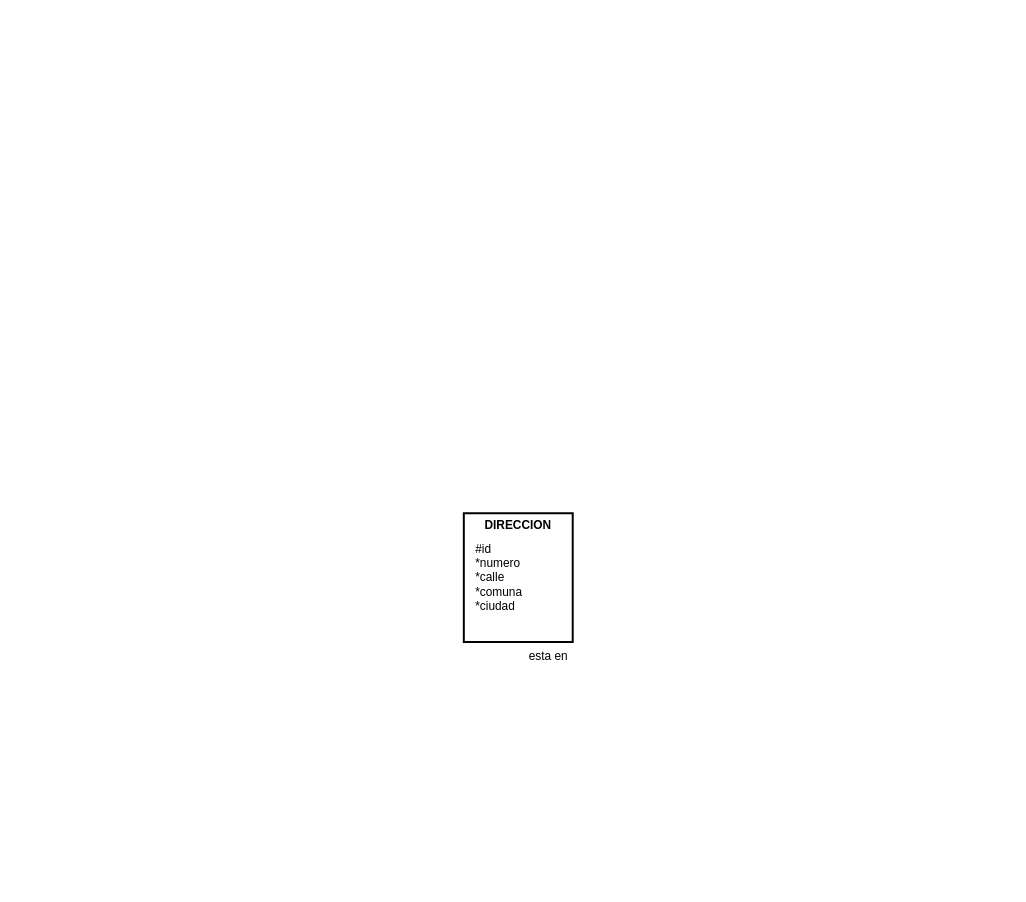
Earlier version of the draw.io diagram examen_practico.drawio (AlexisEV/diagramas-er). Source tidied: cells renumbered, new cells numbered last; positions are measured from the earlier drawing's top-left corner, leaving out a move shared by most shapes. Both pictures are drawn from the tidied source at 99%, with x=0, y=0 at pixel (463, 513).
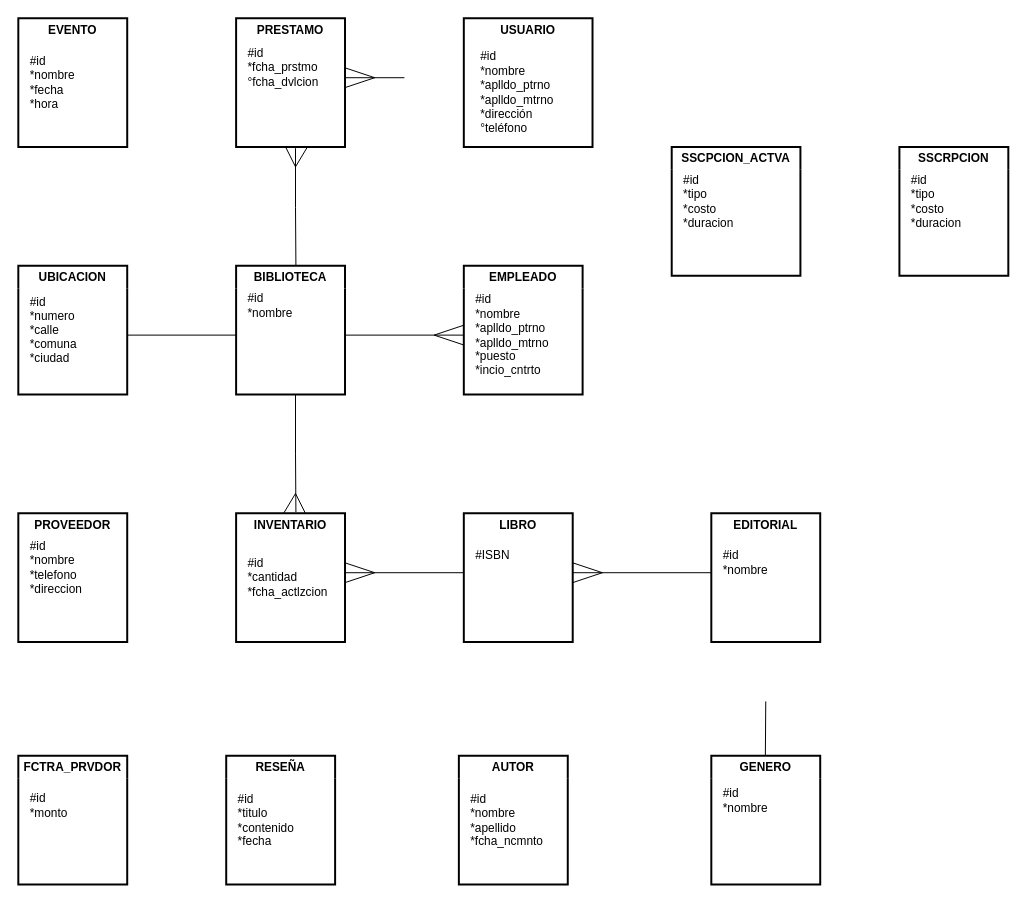
After the change.

What changed in the source:
```diff
@@
-    <mxCell id="2" value="DIRECCION" style="swimlane;whiteSpace=wrap;html=1;perimeterSpacing=7;strokeWidth=2;swimlaneLine=0;glass=0;fillColor=none;strokeColor=#000000;" parent="1" vertex="1">
+    <mxCell id="2" value="LIBRO" style="swimlane;whiteSpace=wrap;html=1;perimeterSpacing=7;strokeWidth=2;swimlaneLine=0;glass=0;fillColor=none;strokeColor=#000000;" parent="1" vertex="1">
       <mxGeometry width="110" height="130" as="geometry" />
     </mxCell>
-    <mxCell id="3" value="#id&lt;br&gt;*numero&lt;br&gt;*calle&lt;br&gt;*comuna&lt;br&gt;*ciudad" style="text;html=1;align=left;verticalAlign=middle;strokeColor=none;fillColor=none;" parent="2" vertex="1">
-      <mxGeometry x="10" y="20" width="70" height="90" as="geometry" />
+    <mxCell id="3" value="#ISBN&lt;br&gt;&lt;br&gt;" style="text;html=1;align=left;verticalAlign=middle;strokeColor=none;fillColor=none;" parent="2" vertex="1">
+      <mxGeometry x="10" y="30" width="60" height="40" as="geometry" />
     </mxCell>
-    <mxCell id="4" value="esta en" style="text;html=1;align=left;verticalAlign=middle;strokeColor=none;fillColor=none;" parent="1" vertex="1">
-      <mxGeometry x="64" y="130" width="60" height="30" as="geometry" />
-    </mxCell>
+    <mxCell id="5" value="AUTOR" style="swimlane;whiteSpace=wrap;html=1;perimeterSpacing=7;strokeWidth=2;swimlaneLine=0;glass=0;fillColor=none;strokeColor=#000000;" parent="1" vertex="1">
+      <mxGeometry x="-5" y="245" width="110" height="130" as="geometry" />
+    </mxCell>
+    <mxCell id="6" value="#id&lt;br&gt;*nombre&lt;br&gt;*apellido&lt;br&gt;*fcha_ncmnto&lt;br&gt;" style="text;html=1;align=left;verticalAlign=middle;strokeColor=none;fillColor=none;" parent="5" vertex="1">
+      <mxGeometry x="10" y="30" width="100" height="70" as="geometry" />
+    </mxCell>
+    <mxCell id="7" value="EDITORIAL" style="swimlane;whiteSpace=wrap;html=1;perimeterSpacing=7;strokeWidth=2;swimlaneLine=0;glass=0;fillColor=none;strokeColor=#000000;" parent="1" vertex="1">
+      <mxGeometry x="250" width="110" height="130" as="geometry" />
+    </mxCell>
+    <mxCell id="8" value="#id&lt;br&gt;*nombre&lt;br&gt;" style="text;html=1;align=left;verticalAlign=middle;strokeColor=none;fillColor=none;" parent="7" vertex="1">
+      <mxGeometry x="10" y="30" width="70" height="40" as="geometry" />
+    </mxCell>
+    <mxCell id="9" value="EMPLEADO" style="swimlane;whiteSpace=wrap;html=1;perimeterSpacing=7;strokeWidth=2;swimlaneLine=0;glass=0;fillColor=none;strokeColor=#000000;" parent="1" vertex="1">
+      <mxGeometry y="-250" width="120" height="130" as="geometry" />
+    </mxCell>
+    <mxCell id="10" value="#id&lt;br&gt;*nombre&lt;br&gt;*aplldo_ptrno&lt;br style=&quot;border-color: var(--border-color);&quot;&gt;*aplldo_mtrno&lt;br&gt;*puesto&lt;br&gt;*incio_cntrto" style="text;html=1;align=left;verticalAlign=middle;strokeColor=none;fillColor=none;" parent="9" vertex="1">
+      <mxGeometry x="10" y="20" width="100" height="100" as="geometry" />
+    </mxCell>
+    <mxCell id="11" value="GENERO" style="swimlane;whiteSpace=wrap;html=1;perimeterSpacing=7;strokeWidth=2;swimlaneLine=0;glass=0;fillColor=none;strokeColor=#000000;" parent="1" vertex="1">
+      <mxGeometry x="250" y="245" width="110" height="130" as="geometry" />
+    </mxCell>
+    <mxCell id="12" value="#id&lt;br&gt;*nombre" style="text;html=1;align=left;verticalAlign=middle;strokeColor=none;fillColor=none;" parent="11" vertex="1">
+      <mxGeometry x="10" y="25" width="70" height="40" as="geometry" />
+    </mxCell>
+    <mxCell id="13" value="BIBLIOTECA" style="swimlane;whiteSpace=wrap;html=1;perimeterSpacing=7;strokeWidth=2;swimlaneLine=0;glass=0;fillColor=none;strokeColor=#000000;" parent="1" vertex="1">
+      <mxGeometry x="-230" y="-250" width="110" height="130" as="geometry" />
+    </mxCell>
+    <mxCell id="14" value="#id&lt;br&gt;*nombre&lt;br&gt;" style="text;html=1;align=left;verticalAlign=middle;strokeColor=none;fillColor=none;" parent="13" vertex="1">
+      <mxGeometry x="10" y="20" width="70" height="40" as="geometry" />
+    </mxCell>
+    <mxCell id="15" value="PRESTAMO" style="swimlane;whiteSpace=wrap;html=1;perimeterSpacing=7;strokeWidth=2;swimlaneLine=0;glass=0;fillColor=none;strokeColor=#000000;" parent="1" vertex="1">
+      <mxGeometry x="-230" y="-500" width="110" height="130" as="geometry" />
+    </mxCell>
+    <mxCell id="16" value="#id&lt;br&gt;*fcha_prstmo&lt;br&gt;°fcha_dvlcion" style="text;html=1;align=left;verticalAlign=middle;strokeColor=none;fillColor=none;" parent="15" vertex="1">
+      <mxGeometry x="10" y="20" width="100" height="60" as="geometry" />
+    </mxCell>
+    <mxCell id="17" value="FCTRA_PRVDOR" style="swimlane;whiteSpace=wrap;html=1;perimeterSpacing=7;strokeWidth=2;swimlaneLine=0;glass=0;fillColor=none;strokeColor=#000000;" parent="1" vertex="1">
+      <mxGeometry x="-450" y="245" width="110" height="130" as="geometry" />
+    </mxCell>
+    <mxCell id="18" value="#id&lt;br&gt;*monto" style="text;html=1;align=left;verticalAlign=middle;strokeColor=none;fillColor=none;" parent="17" vertex="1">
+      <mxGeometry x="10" y="30" width="60" height="40" as="geometry" />
+    </mxCell>
+    <mxCell id="19" value="INVENTARIO" style="swimlane;whiteSpace=wrap;html=1;perimeterSpacing=7;strokeWidth=2;swimlaneLine=0;glass=0;fillColor=none;strokeColor=#000000;" parent="1" vertex="1">
+      <mxGeometry x="-230" width="110" height="130" as="geometry" />
+    </mxCell>
+    <mxCell id="20" value="#id&lt;br&gt;*cantidad&lt;br&gt;*fcha_actlzcion" style="text;html=1;align=left;verticalAlign=middle;strokeColor=none;fillColor=none;" parent="19" vertex="1">
+      <mxGeometry x="10" y="35" width="100" height="60" as="geometry" />
+    </mxCell>
+    <mxCell id="21" value="PROVEEDOR" style="swimlane;whiteSpace=wrap;html=1;perimeterSpacing=7;strokeWidth=2;swimlaneLine=0;glass=0;fillColor=none;strokeColor=#000000;" parent="1" vertex="1">
+      <mxGeometry x="-450" width="110" height="130" as="geometry" />
+    </mxCell>
+    <mxCell id="22" value="#id&lt;br&gt;*nombre&lt;br&gt;*telefono&lt;br&gt;*direccion" style="text;html=1;align=left;verticalAlign=middle;strokeColor=none;fillColor=none;" parent="21" vertex="1">
+      <mxGeometry x="10" y="20" width="80" height="70" as="geometry" />
+    </mxCell>
+    <mxCell id="23" value="SSCRPCION" style="swimlane;whiteSpace=wrap;html=1;perimeterSpacing=7;strokeWidth=2;swimlaneLine=0;glass=0;fillColor=none;strokeColor=#000000;startSize=23;" parent="1" vertex="1">
+      <mxGeometry x="440" y="-370" width="110" height="130" as="geometry" />
+    </mxCell>
+    <mxCell id="24" value="#id&lt;br&gt;*tipo&lt;br&gt;*costo&lt;br&gt;*duracion" style="text;html=1;align=left;verticalAlign=middle;strokeColor=none;fillColor=none;" parent="23" vertex="1">
+      <mxGeometry x="10" y="20" width="70" height="70" as="geometry" />
+    </mxCell>
+    <mxCell id="25" value="UBICACION" style="swimlane;whiteSpace=wrap;html=1;perimeterSpacing=7;strokeWidth=2;swimlaneLine=0;glass=0;fillColor=none;strokeColor=#000000;" parent="1" vertex="1">
+      <mxGeometry x="-450" y="-250" width="110" height="130" as="geometry" />
+    </mxCell>
+    <mxCell id="26" value="#id&lt;br&gt;*numero&lt;br&gt;*calle&lt;br&gt;*comuna&lt;br&gt;*ciudad" style="text;html=1;align=left;verticalAlign=middle;strokeColor=none;fillColor=none;" parent="25" vertex="1">
+      <mxGeometry x="10" y="20" width="70" height="90" as="geometry" />
+    </mxCell>
+    <mxCell id="27" value="USUARIO" style="swimlane;whiteSpace=wrap;html=1;perimeterSpacing=7;strokeWidth=2;swimlaneLine=0;glass=0;fillColor=none;strokeColor=#000000;startSize=23;" parent="1" vertex="1">
+      <mxGeometry y="-500" width="130" height="130" as="geometry" />
+    </mxCell>
+    <mxCell id="28" value="#id&lt;br&gt;*nombre&lt;br&gt;*aplldo_ptrno&lt;br&gt;*aplldo_mtrno&lt;br&gt;*dirección&lt;br&gt;°teléfono" style="text;html=1;align=left;verticalAlign=middle;strokeColor=none;fillColor=none;" parent="27" vertex="1">
+      <mxGeometry x="15" y="25" width="100" height="100" as="geometry" />
+    </mxCell>
+    <mxCell id="29" value="RESEÑA" style="swimlane;whiteSpace=wrap;html=1;perimeterSpacing=7;strokeWidth=2;swimlaneLine=0;glass=0;fillColor=none;strokeColor=#000000;" parent="1" vertex="1">
+      <mxGeometry x="-240" y="245" width="110" height="130" as="geometry" />
+    </mxCell>
+    <mxCell id="30" value="#id&lt;br&gt;*titulo&lt;br&gt;*contenido&lt;br&gt;*fecha" style="text;html=1;align=left;verticalAlign=middle;strokeColor=none;fillColor=none;" parent="29" vertex="1">
+      <mxGeometry x="10" y="30" width="80" height="70" as="geometry" />
+    </mxCell>
+    <mxCell id="31" value="EVENTO" style="swimlane;whiteSpace=wrap;html=1;perimeterSpacing=7;strokeWidth=2;swimlaneLine=0;glass=0;fillColor=none;strokeColor=#000000;" parent="1" vertex="1">
+      <mxGeometry x="-450" y="-500" width="110" height="130" as="geometry" />
+    </mxCell>
+    <mxCell id="32" value="#id&lt;br&gt;*nombre&lt;br&gt;*fecha&lt;br&gt;*hora&lt;br&gt;" style="text;html=1;align=left;verticalAlign=middle;strokeColor=none;fillColor=none;" parent="31" vertex="1">
+      <mxGeometry x="10" y="30" width="70" height="70" as="geometry" />
+    </mxCell>
+    <mxCell id="33" style="endArrow=none;html=1;rounded=0;" parent="1" edge="1">
+      <mxGeometry relative="1" as="geometry">
+        <mxPoint x="-120" y="-180" as="sourcePoint" />
+        <mxPoint y="-180" as="targetPoint" />
+      </mxGeometry>
+    </mxCell>
+    <mxCell id="34" style="endArrow=none;html=1;rounded=0;" parent="1" edge="1">
+      <mxGeometry relative="1" as="geometry">
+        <mxPoint x="-30" y="-180" as="sourcePoint" />
+        <mxPoint y="-170" as="targetPoint" />
+      </mxGeometry>
+    </mxCell>
+    <mxCell id="35" style="endArrow=none;html=1;rounded=0;" parent="1" edge="1">
+      <mxGeometry relative="1" as="geometry">
+        <mxPoint x="-30" y="-180" as="sourcePoint" />
+        <mxPoint y="-190" as="targetPoint" />
+      </mxGeometry>
+    </mxCell>
+    <mxCell id="36" style="endArrow=none;html=1;rounded=0;entryX=0.463;entryY=0.04;entryDx=0;entryDy=0;entryPerimeter=0;" parent="1" edge="1">
+      <mxGeometry relative="1" as="geometry">
+        <mxPoint x="-170" y="-120" as="sourcePoint" />
+        <mxPoint x="-169.6" y="-1.2" as="targetPoint" />
+        <Array as="points">
+          <mxPoint x="-170" y="-60" />
+        </Array>
+      </mxGeometry>
+    </mxCell>
+    <mxCell id="37" style="endArrow=none;html=1;rounded=0;entryX=0.527;entryY=0.04;entryDx=0;entryDy=0;entryPerimeter=0;" parent="1" edge="1">
+      <mxGeometry relative="1" as="geometry">
+        <mxPoint x="-170" y="-20" as="sourcePoint" />
+        <mxPoint x="-182" as="targetPoint" />
+      </mxGeometry>
+    </mxCell>
+    <mxCell id="38" style="endArrow=none;html=1;rounded=0;entryX=0.527;entryY=0.04;entryDx=0;entryDy=0;entryPerimeter=0;" parent="1" edge="1">
+      <mxGeometry relative="1" as="geometry">
+        <mxPoint x="-170" y="-20" as="sourcePoint" />
+        <mxPoint x="-160" as="targetPoint" />
+      </mxGeometry>
+    </mxCell>
+    <mxCell id="39" style="endArrow=none;html=1;rounded=0;" parent="1" edge="1">
+      <mxGeometry relative="1" as="geometry">
+        <mxPoint x="110" y="60" as="sourcePoint" />
+        <mxPoint x="250" y="60" as="targetPoint" />
+      </mxGeometry>
+    </mxCell>
+    <mxCell id="40" style="endArrow=none;html=1;rounded=0;" parent="1" edge="1">
+      <mxGeometry relative="1" as="geometry">
+        <mxPoint x="-120" y="50" as="sourcePoint" />
+        <mxPoint x="-90" y="60" as="targetPoint" />
+      </mxGeometry>
+    </mxCell>
+    <mxCell id="41" style="endArrow=none;html=1;rounded=0;" parent="1" edge="1">
+      <mxGeometry relative="1" as="geometry">
+        <mxPoint x="-120" y="70" as="sourcePoint" />
+        <mxPoint x="-90" y="60" as="targetPoint" />
+      </mxGeometry>
+    </mxCell>
+    <mxCell id="42" style="endArrow=none;html=1;rounded=0;entryX=0.463;entryY=0.04;entryDx=0;entryDy=0;entryPerimeter=0;" parent="1" edge="1">
+      <mxGeometry relative="1" as="geometry">
+        <mxPoint x="-170" y="-368.8" as="sourcePoint" />
+        <mxPoint x="-169.6" y="-250" as="targetPoint" />
+        <Array as="points">
+          <mxPoint x="-170" y="-308.8" />
+        </Array>
+      </mxGeometry>
+    </mxCell>
+    <mxCell id="43" style="endArrow=none;html=1;rounded=0;entryX=0.527;entryY=0.04;entryDx=0;entryDy=0;entryPerimeter=0;" parent="1" edge="1">
+      <mxGeometry relative="1" as="geometry">
+        <mxPoint x="-158" y="-370" as="sourcePoint" />
+        <mxPoint x="-170" y="-350" as="targetPoint" />
+      </mxGeometry>
+    </mxCell>
+    <mxCell id="44" style="endArrow=none;html=1;rounded=0;entryX=0.527;entryY=0.04;entryDx=0;entryDy=0;entryPerimeter=0;" parent="1" edge="1">
+      <mxGeometry relative="1" as="geometry">
+        <mxPoint x="-180" y="-370" as="sourcePoint" />
+        <mxPoint x="-170" y="-350" as="targetPoint" />
+      </mxGeometry>
+    </mxCell>
+    <mxCell id="45" style="endArrow=none;html=1;rounded=0;" parent="1" edge="1">
+      <mxGeometry relative="1" as="geometry">
+        <mxPoint x="-120" y="-440" as="sourcePoint" />
+        <mxPoint x="-60" y="-440" as="targetPoint" />
+      </mxGeometry>
+    </mxCell>
+    <mxCell id="46" style="endArrow=none;html=1;rounded=0;" parent="1" edge="1">
+      <mxGeometry relative="1" as="geometry">
+        <mxPoint x="-120" y="-430" as="sourcePoint" />
+        <mxPoint x="-90" y="-440" as="targetPoint" />
+      </mxGeometry>
+    </mxCell>
+    <mxCell id="47" style="endArrow=none;html=1;rounded=0;" parent="1" edge="1">
+      <mxGeometry relative="1" as="geometry">
+        <mxPoint x="-120" y="-450" as="sourcePoint" />
+        <mxPoint x="-90" y="-440" as="targetPoint" />
+      </mxGeometry>
+    </mxCell>
+    <mxCell id="48" value="SSCPCION_ACTVA" style="swimlane;whiteSpace=wrap;html=1;perimeterSpacing=7;strokeWidth=2;swimlaneLine=0;glass=0;fillColor=none;strokeColor=#000000;startSize=23;" parent="1" vertex="1">
+      <mxGeometry x="210" y="-370" width="130" height="130" as="geometry" />
+    </mxCell>
+    <mxCell id="49" value="#id&lt;br&gt;*tipo&lt;br&gt;*costo&lt;br&gt;*duracion" style="text;html=1;align=left;verticalAlign=middle;strokeColor=none;fillColor=none;" parent="48" vertex="1">
+      <mxGeometry x="10" y="20" width="70" height="70" as="geometry" />
+    </mxCell>
+    <mxCell id="50" style="endArrow=none;html=1;rounded=0;" parent="1" edge="1">
+      <mxGeometry relative="1" as="geometry">
+        <mxPoint x="-340" y="-180" as="sourcePoint" />
+        <mxPoint x="-230" y="-180" as="targetPoint" />
+      </mxGeometry>
+    </mxCell>
+    <mxCell id="51" style="endArrow=none;html=1;rounded=0;" parent="1" edge="1">
+      <mxGeometry relative="1" as="geometry">
+        <mxPoint x="-120" y="60" as="sourcePoint" />
+        <mxPoint y="60" as="targetPoint" />
+      </mxGeometry>
+    </mxCell>
+    <mxCell id="52" style="endArrow=none;html=1;rounded=0;" parent="1" edge="1">
+      <mxGeometry relative="1" as="geometry">
+        <mxPoint x="110" y="50" as="sourcePoint" />
+        <mxPoint x="140" y="60" as="targetPoint" />
+      </mxGeometry>
+    </mxCell>
+    <mxCell id="53" style="endArrow=none;html=1;rounded=0;" parent="1" edge="1">
+      <mxGeometry relative="1" as="geometry">
+        <mxPoint x="110" y="70" as="sourcePoint" />
+        <mxPoint x="140" y="60" as="targetPoint" />
+      </mxGeometry>
+    </mxCell>
+    <mxCell id="54" style="endArrow=none;html=1;rounded=0;" parent="1" edge="1">
+      <mxGeometry relative="1" as="geometry">
+        <mxPoint x="305" y="190" as="sourcePoint" />
+        <mxPoint x="304.6" y="245" as="targetPoint" />
+      </mxGeometry>
+    </mxCell>
```
